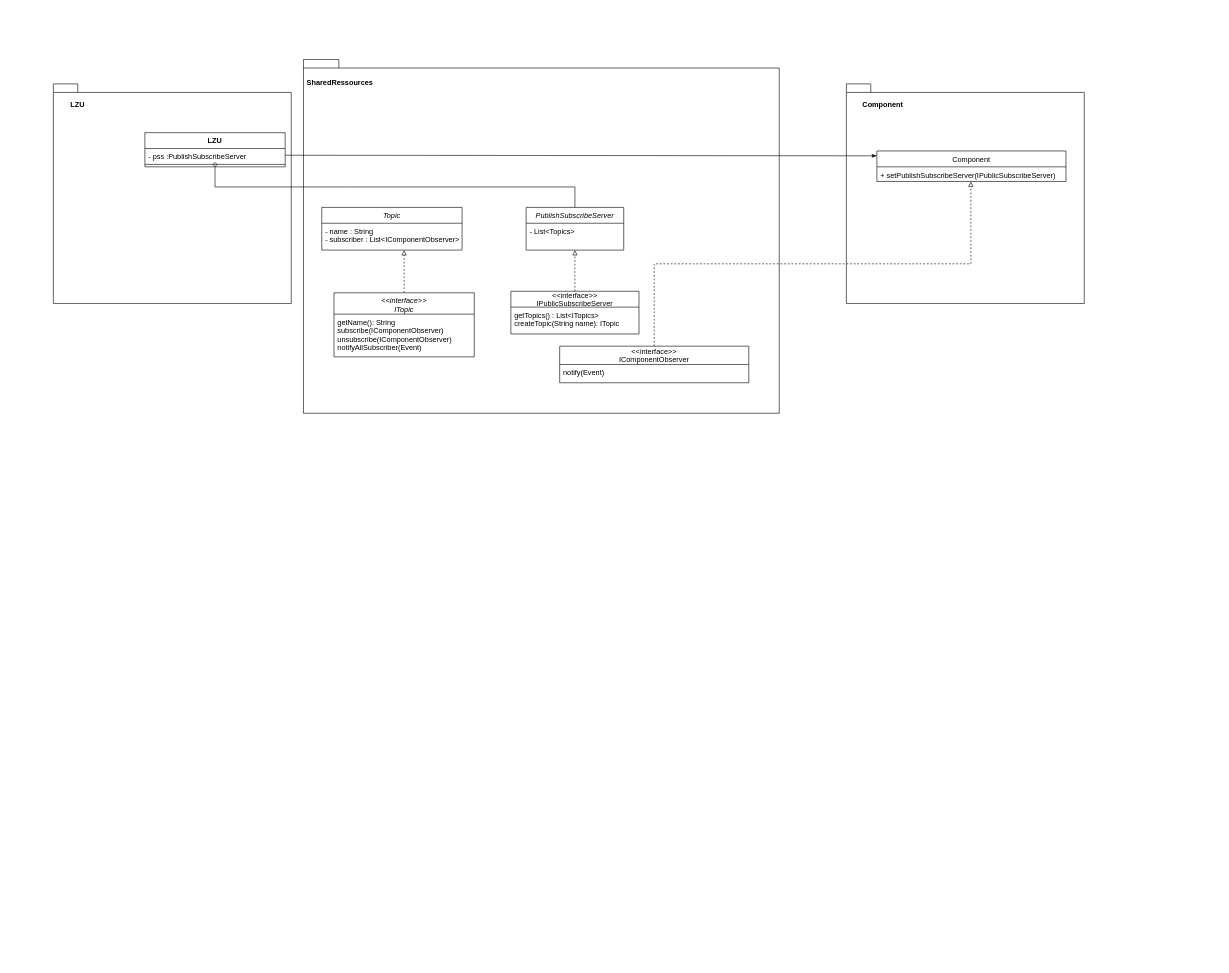
This is Klassendiagramm_PublishSubscribeServer.drawio from phillm2s/OOKA, a draw.io file, before an edit. Source tidied: cells renumbered, new cells numbered last; positions are measured from the earlier drawing's top-left corner, leaving out a move shared by most shapes. Both pictures are drawn from the tidied source at 61%, with x=0, y=0 at pixel (53, 59).
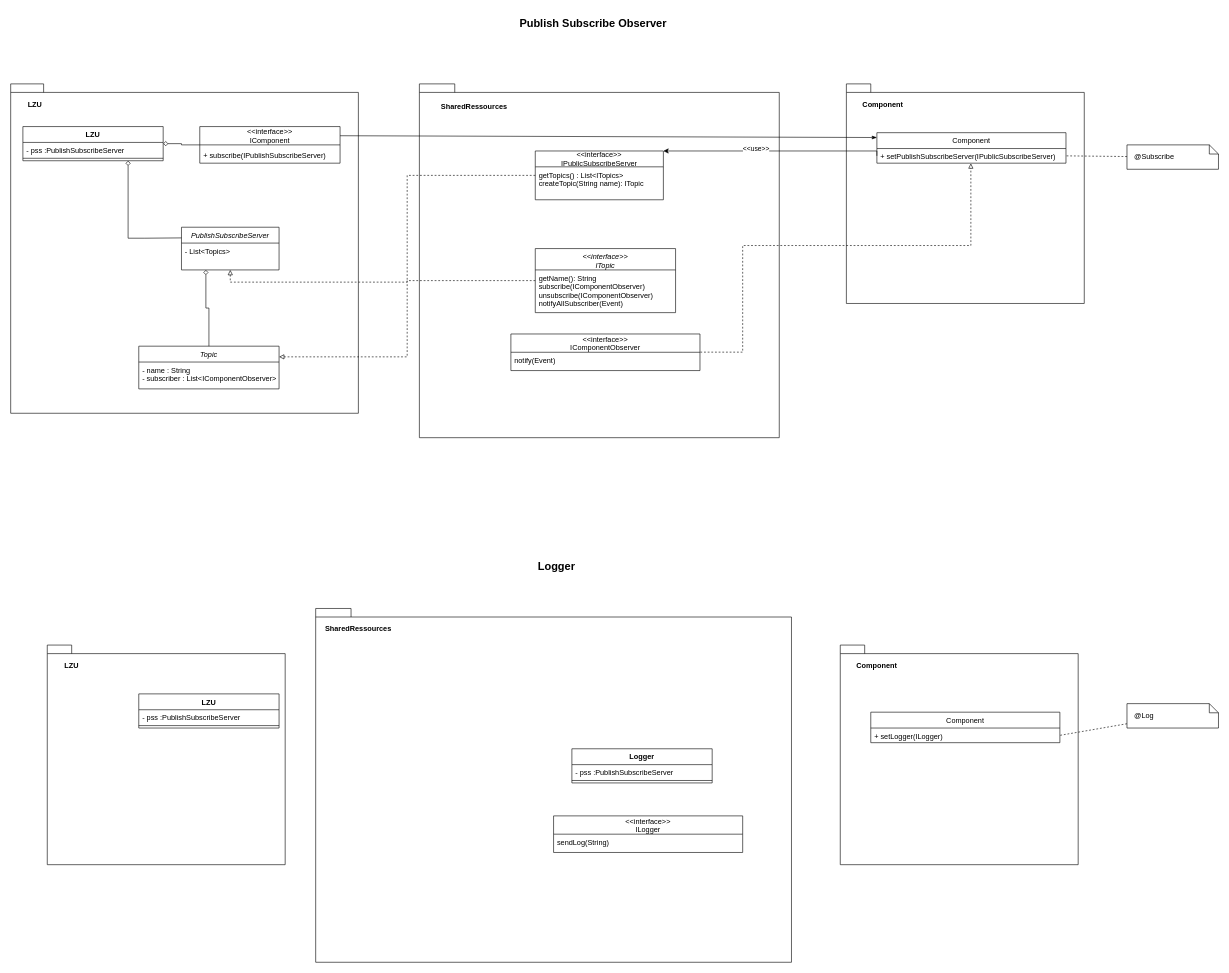
After the change.

The change refers to these unchanged cells:
```xml
<mxCell id="11" value="- name : String&#10;- subscriber : List&lt;IComponentObserver&gt;&#10;&#10;Topic(name : String)" style="text;align=left;verticalAlign=top;spacingLeft=4;spacingRight=4;overflow=hidden;points=[[0,0.5],[1,0.5]];portConstraint=eastwest;" parent="10" vertex="1">
  <mxGeometry y="26" width="230" height="44" as="geometry" />
</mxCell>
<mxCell id="16" value="+ setPublishSubscribeServer(IPublicSubscribeServer)" style="text;strokeColor=none;fillColor=none;align=left;verticalAlign=top;spacingLeft=4;spacingRight=4;overflow=hidden;points=[[0,0.5],[1,0.5]];portConstraint=eastwest;" parent="15" vertex="1">
  <mxGeometry y="26" width="310" height="24" as="geometry" />
</mxCell>
<mxCell id="19" value="notify(Event)" style="text;strokeColor=none;fillColor=none;align=left;verticalAlign=top;spacingLeft=4;spacingRight=4;overflow=hidden;points=[[0,0.5],[1,0.5]];portConstraint=eastwest;" parent="18" vertex="1">
  <mxGeometry y="30" width="310" height="30" as="geometry" />
</mxCell>
<mxCell id="21" value="- pss :PublishSubscribeServer" style="text;strokeColor=none;fillColor=none;align=left;verticalAlign=top;spacingLeft=4;spacingRight=4;overflow=hidden;points=[[0,0.5],[1,0.5]];portConstraint=eastwest;" parent="20" vertex="1">
  <mxGeometry y="26" width="230" height="22" as="geometry" />
</mxCell>
```

Change to the diagram source:
```diff
@@
+    <mxCell id="28" style="shape=folder;fontStyle=1;spacingTop=10;tabWidth=40;tabHeight=14;tabPosition=left;html=1;" parent="1" vertex="1">
+      <mxGeometry x="430" y="900" width="780" height="580" as="geometry" />
+    </mxCell>
@@
     <mxCell id="3" style="shape=folder;fontStyle=1;spacingTop=10;tabWidth=40;tabHeight=14;tabPosition=left;html=1;" parent="1" vertex="1">
-      <mxGeometry x="410" width="780" height="580" as="geometry" />
+      <mxGeometry x="600" y="40" width="590" height="580" as="geometry" />
     </mxCell>
     <mxCell id="4" style="shape=folder;fontStyle=1;spacingTop=10;tabWidth=40;tabHeight=14;tabPosition=left;html=1;" parent="1" vertex="1">
-      <mxGeometry y="40" width="390" height="360" as="geometry" />
+      <mxGeometry x="-70" y="40" width="570" height="540" as="geometry" />
     </mxCell>
     <mxCell id="5" value="PublishSubscribeServer" style="swimlane;fontStyle=2;align=center;verticalAlign=top;horizontal=1;startSize=26;rounded=0;shadow=0;strokeWidth=1;" parent="1" vertex="1">
-      <mxGeometry x="775" y="242.5" width="160" height="70" as="geometry" />
+      <mxGeometry x="210" y="275" width="160" height="70" as="geometry" />
     </mxCell>
@@
     <mxCell id="8" value="&lt;&lt;interface&gt;&gt;&#10;IPublicSubscribeServer" style="swimlane;fontStyle=0;horizontal=1;startSize=26;fillColor=none;" parent="1" vertex="1">
-      <mxGeometry x="750" y="380" width="210" height="70" as="geometry" />
+      <mxGeometry x="790" y="150" width="210" height="80" as="geometry" />
     </mxCell>
-    <mxCell id="9" value="getTopics() : List&lt;ITopics&gt;&#10;createTopic(String name): ITopic" style="text;strokeColor=none;fillColor=none;align=left;verticalAlign=top;spacingLeft=4;spacingRight=4;overflow=hidden;" parent="8" vertex="1">
-      <mxGeometry y="26" width="210" height="44" as="geometry" />
+    <mxCell id="9" value="getTopics() : List&lt;ITopics&gt;&#10;createTopic(String name): ITopic&#10;" style="text;strokeColor=none;fillColor=none;align=left;verticalAlign=top;spacingLeft=4;spacingRight=4;overflow=hidden;" parent="8" vertex="1">
+      <mxGeometry y="26" width="210" height="54" as="geometry" />
     </mxCell>
     <mxCell id="10" value="Topic" style="swimlane;fontStyle=2;align=center;verticalAlign=top;horizontal=1;startSize=26;rounded=0;shadow=0;strokeWidth=1;" parent="1" vertex="1">
-      <mxGeometry x="440" y="242.5" width="230" height="70" as="geometry" />
+      <mxGeometry x="140" y="470" width="230" height="70" as="geometry" />
     </mxCell>
@@
-    <mxCell id="12" style="edgeStyle=orthogonalEdgeStyle;rounded=0;jettySize=auto;html=1;entryX=0.587;entryY=1;entryDx=0;entryDy=0;entryPerimeter=0;dashed=1;startArrow=none;startFill=0;endArrow=block;endFill=0;" parent="1" edge="1" source="13" target="11">
+    <mxCell id="12" style="edgeStyle=orthogonalEdgeStyle;rounded=0;jettySize=auto;html=1;entryX=1;entryY=0.25;entryDx=0;entryDy=0;dashed=1;startArrow=none;startFill=0;endArrow=block;endFill=0;" parent="1" edge="1" source="13" target="10">
       <mxGeometry relative="1" as="geometry" />
     </mxCell>
     <mxCell id="13" value="&lt;&lt;interface&gt;&gt;&#10;ITopic" style="swimlane;fontStyle=2;align=center;verticalAlign=top;horizontal=1;startSize=35;rounded=0;shadow=0;strokeWidth=1;" parent="1" vertex="1">
-      <mxGeometry x="460" y="382.5" width="230" height="105" as="geometry" />
+      <mxGeometry x="790" y="310" width="230" height="105" as="geometry" />
     </mxCell>
@@
+    <mxCell id="29" style="edgeStyle=orthogonalEdgeStyle;rounded=0;jettySize=auto;html=1;entryX=1;entryY=0;entryDx=0;entryDy=0;exitX=0;exitY=0.5;exitDx=0;exitDy=0;" parent="1" edge="1" source="16" target="8">
+      <mxGeometry relative="1" as="geometry">
+        <Array as="points">
+          <mxPoint x="1350" y="150" />
+        </Array>
+      </mxGeometry>
+    </mxCell>
+    <mxCell id="30" value="&amp;lt;&amp;lt;use&amp;gt;&amp;gt;" style="edgeLabel;html=1;align=center;verticalAlign=middle;" parent="29" vertex="1">
+      <mxGeometry x="-0.18" y="-2" relative="1" as="geometry">
+        <mxPoint x="-60" y="-2" as="offset" />
+      </mxGeometry>
+    </mxCell>
     <mxCell id="15" value="Component" style="swimlane;fontStyle=0;horizontal=1;startSize=26;fillColor=none;" parent="1" vertex="1">
-      <mxGeometry x="1350" y="150" width="310" height="50" as="geometry" />
+      <mxGeometry x="1350" y="120" width="310" height="50" as="geometry" />
     </mxCell>
@@
-    <mxCell id="17" style="edgeStyle=orthogonalEdgeStyle;rounded=0;jettySize=auto;html=1;entryX=0.497;entryY=1.013;entryDx=0;entryDy=0;entryPerimeter=0;dashed=1;startArrow=none;startFill=0;endArrow=block;endFill=0;" parent="1" edge="1" source="18" target="16">
-      <mxGeometry relative="1" as="geometry" />
+    <mxCell id="17" style="edgeStyle=orthogonalEdgeStyle;rounded=0;jettySize=auto;html=1;entryX=0.497;entryY=1.013;entryDx=0;entryDy=0;entryPerimeter=0;dashed=1;startArrow=none;startFill=0;endArrow=block;endFill=0;exitX=1.002;exitY=-0.007;exitDx=0;exitDy=0;exitPerimeter=0;" parent="1" edge="1" source="19" target="16">
+      <mxGeometry relative="1" as="geometry">
+        <Array as="points">
+          <mxPoint x="1130" y="480" />
+          <mxPoint x="1130" y="305" />
+          <mxPoint x="1504" y="305" />
+        </Array>
+      </mxGeometry>
     </mxCell>
     <mxCell id="18" value="&lt;&lt;interface&gt;&gt;&#10;IComponentObserver" style="swimlane;fontStyle=0;horizontal=1;startSize=30;fillColor=none;" parent="1" vertex="1">
-      <mxGeometry x="830" y="470" width="310" height="60" as="geometry" />
+      <mxGeometry x="750" y="450" width="310" height="60" as="geometry" />
     </mxCell>
@@
+    <mxCell id="31" style="edgeStyle=orthogonalEdgeStyle;rounded=0;jettySize=auto;html=1;entryX=0;entryY=0.25;entryDx=0;entryDy=0;startArrow=diamond;startFill=0;endArrow=none;endFill=0;fontSize=18;exitX=0.75;exitY=1;exitDx=0;exitDy=0;" parent="1" edge="1" source="20" target="5">
+      <mxGeometry relative="1" as="geometry">
+        <Array as="points">
+          <mxPoint x="123" y="293" />
+          <mxPoint x="150" y="293" />
+        </Array>
+      </mxGeometry>
+    </mxCell>
+    <mxCell id="32" style="edgeStyle=orthogonalEdgeStyle;rounded=0;jettySize=auto;html=1;entryX=0;entryY=0.5;entryDx=0;entryDy=0;startArrow=diamond;startFill=0;endArrow=none;endFill=0;fontSize=18;" parent="1" edge="1" source="20" target="55">
+      <mxGeometry relative="1" as="geometry" />
+    </mxCell>
     <mxCell id="20" value="LZU" style="swimlane;fontStyle=1;align=center;verticalAlign=top;horizontal=1;startSize=26;" parent="1" vertex="1">
-      <mxGeometry x="150" y="120" width="230" height="56" as="geometry" />
+      <mxGeometry x="-50" y="110" width="230" height="56" as="geometry" />
     </mxCell>
@@
-    <mxCell id="23" style="rounded=0;jettySize=auto;html=1;entryX=0;entryY=0.159;entryDx=0;entryDy=0;startArrow=none;startFill=0;endArrow=classicThin;endFill=1;exitX=1;exitY=0.5;exitDx=0;exitDy=0;entryPerimeter=0;" parent="1" edge="1" source="21" target="15">
+    <mxCell id="23" style="rounded=0;jettySize=auto;html=1;entryX=0;entryY=0.159;entryDx=0;entryDy=0;startArrow=none;startFill=0;endArrow=classicThin;endFill=1;exitX=1;exitY=0.25;exitDx=0;exitDy=0;entryPerimeter=0;" parent="1" edge="1" source="55" target="15">
       <mxGeometry relative="1" as="geometry" />
     </mxCell>
-    <mxCell id="24" style="edgeStyle=orthogonalEdgeStyle;rounded=0;jettySize=auto;html=1;entryX=0.5;entryY=0;entryDx=0;entryDy=0;endArrow=none;endFill=0;startArrow=diamond;startFill=0;" parent="1" edge="1" source="21" target="5">
-      <mxGeometry relative="1" as="geometry">
-        <Array as="points">
-          <mxPoint x="485" y="209" />
-          <mxPoint x="790" y="209" />
-        </Array>
-      </mxGeometry>
-    </mxCell>
     <mxCell id="25" value="SharedRessources" style="text;align=center;fontStyle=1;verticalAlign=middle;spacingLeft=3;spacingRight=3;strokeColor=none;" parent="1" vertex="1">
-      <mxGeometry x="430" y="24" width="80" height="26" as="geometry" />
+      <mxGeometry x="650" y="64" width="80" height="26" as="geometry" />
     </mxCell>
     <mxCell id="26" value="LZU" style="text;align=center;fontStyle=1;verticalAlign=middle;spacingLeft=3;spacingRight=3;strokeColor=none;" parent="1" vertex="1">
-      <mxGeometry y="60" width="80" height="26" as="geometry" />
+      <mxGeometry x="-70" y="60" width="80" height="26" as="geometry" />
     </mxCell>
@@
+    <mxCell id="33" style="edgeStyle=orthogonalEdgeStyle;rounded=0;jettySize=auto;html=1;startArrow=diamond;startFill=0;endArrow=none;endFill=0;exitX=0.25;exitY=1;exitDx=0;exitDy=0;entryX=0.5;entryY=0;entryDx=0;entryDy=0;" parent="1" edge="1" source="5" target="10">
+      <mxGeometry relative="1" as="geometry" />
+    </mxCell>
+    <mxCell id="34" style="shape=folder;fontStyle=1;spacingTop=10;tabWidth=40;tabHeight=14;tabPosition=left;html=1;" parent="1" vertex="1">
+      <mxGeometry x="1290" y="960" width="390" height="360" as="geometry" />
+    </mxCell>
+    <mxCell id="35" style="shape=folder;fontStyle=1;spacingTop=10;tabWidth=40;tabHeight=14;tabPosition=left;html=1;" parent="1" vertex="1">
+      <mxGeometry x="-10" y="960" width="390" height="360" as="geometry" />
+    </mxCell>
+    <mxCell id="36" value="Component" style="swimlane;fontStyle=0;horizontal=1;startSize=26;fillColor=none;" parent="1" vertex="1">
+      <mxGeometry x="1340" y="1070" width="310" height="50" as="geometry" />
+    </mxCell>
+    <mxCell id="37" value="+ setLogger(ILogger)" style="text;strokeColor=none;fillColor=none;align=left;verticalAlign=top;spacingLeft=4;spacingRight=4;overflow=hidden;points=[[0,0.5],[1,0.5]];portConstraint=eastwest;" parent="36" vertex="1">
+      <mxGeometry y="26" width="310" height="24" as="geometry" />
+    </mxCell>
+    <mxCell id="38" value="LZU" style="swimlane;fontStyle=1;align=center;verticalAlign=top;horizontal=1;startSize=26;" parent="1" vertex="1">
+      <mxGeometry x="140" y="1040" width="230" height="56" as="geometry" />
+    </mxCell>
+    <mxCell id="39" value="- pss :PublishSubscribeServer" style="text;strokeColor=none;fillColor=none;align=left;verticalAlign=top;spacingLeft=4;spacingRight=4;overflow=hidden;" parent="38" vertex="1">
+      <mxGeometry y="26" width="230" height="22" as="geometry" />
+    </mxCell>
+    <mxCell id="40" style="line;strokeWidth=1;fillColor=none;align=left;verticalAlign=middle;spacingTop=-1;spacingLeft=3;spacingRight=3;labelPosition=right;" parent="38" vertex="1">
+      <mxGeometry y="48" width="230" height="8" as="geometry" />
+    </mxCell>
+    <mxCell id="41" value="SharedRessources" style="text;align=center;fontStyle=1;verticalAlign=middle;spacingLeft=3;spacingRight=3;strokeColor=none;" parent="1" vertex="1">
+      <mxGeometry x="460" y="920" width="80" height="26" as="geometry" />
+    </mxCell>
+    <mxCell id="42" value="LZU" style="text;align=center;fontStyle=1;verticalAlign=middle;spacingLeft=3;spacingRight=3;strokeColor=none;" parent="1" vertex="1">
+      <mxGeometry x="-10" y="980" width="80" height="26" as="geometry" />
+    </mxCell>
+    <mxCell id="43" value="Component" style="text;align=center;fontStyle=1;verticalAlign=middle;spacingLeft=3;spacingRight=3;strokeColor=none;" parent="1" vertex="1">
+      <mxGeometry x="1310" y="980" width="80" height="26" as="geometry" />
+    </mxCell>
+    <mxCell id="44" style="rounded=0;jettySize=auto;html=1;entryX=1;entryY=0.5;entryDx=0;entryDy=0;startArrow=none;startFill=0;endArrow=none;endFill=0;dashed=1;" parent="1" edge="1" source="45" target="16">
+      <mxGeometry relative="1" as="geometry" />
+    </mxCell>
+    <mxCell id="45" value="@Subscribe" style="shape=note;size=15;align=left;spacingLeft=10;html=1;whiteSpace=wrap;" parent="1" vertex="1">
+      <mxGeometry x="1760" y="140" width="150" height="40" as="geometry" />
+    </mxCell>
+    <mxCell id="46" style="edgeStyle=none;rounded=0;jettySize=auto;html=1;entryX=1;entryY=0.5;entryDx=0;entryDy=0;dashed=1;startArrow=none;startFill=0;endArrow=none;endFill=0;" parent="1" edge="1" source="47" target="37">
+      <mxGeometry relative="1" as="geometry" />
+    </mxCell>
+    <mxCell id="47" value="@Log" style="shape=note;size=15;align=left;spacingLeft=10;html=1;whiteSpace=wrap;" parent="1" vertex="1">
+      <mxGeometry x="1760" y="1056" width="150" height="40" as="geometry" />
+    </mxCell>
+    <mxCell id="48" value="&lt;&lt;interface&gt;&gt;&#10;ILogger" style="swimlane;fontStyle=0;horizontal=1;startSize=30;fillColor=none;" parent="1" vertex="1">
+      <mxGeometry x="820" y="1240" width="310" height="60" as="geometry" />
+    </mxCell>
+    <mxCell id="49" value="sendLog(String)" style="text;strokeColor=none;fillColor=none;align=left;verticalAlign=top;spacingLeft=4;spacingRight=4;overflow=hidden;" parent="48" vertex="1">
+      <mxGeometry y="30" width="310" height="30" as="geometry" />
+    </mxCell>
+    <mxCell id="50" value="Logger" style="swimlane;fontStyle=1;align=center;verticalAlign=top;horizontal=1;startSize=26;" parent="1" vertex="1">
+      <mxGeometry x="850" y="1130" width="230" height="56" as="geometry" />
+    </mxCell>
+    <mxCell id="51" value="- pss :PublishSubscribeServer" style="text;strokeColor=none;fillColor=none;align=left;verticalAlign=top;spacingLeft=4;spacingRight=4;overflow=hidden;" parent="50" vertex="1">
+      <mxGeometry y="26" width="230" height="22" as="geometry" />
+    </mxCell>
+    <mxCell id="52" style="line;strokeWidth=1;fillColor=none;align=left;verticalAlign=middle;spacingTop=-1;spacingLeft=3;spacingRight=3;labelPosition=right;" parent="50" vertex="1">
+      <mxGeometry y="48" width="230" height="8" as="geometry" />
+    </mxCell>
+    <mxCell id="53" value="Publish Subscribe Observer" style="text;align=center;fontStyle=1;verticalAlign=middle;spacingLeft=3;spacingRight=3;strokeColor=none;fontSize=18;" parent="1" vertex="1">
+      <mxGeometry x="700" y="-80" width="370" height="40" as="geometry" />
+    </mxCell>
+    <mxCell id="54" value="Logger" style="text;align=center;fontStyle=1;verticalAlign=middle;spacingLeft=3;spacingRight=3;strokeColor=none;fontSize=18;" parent="1" vertex="1">
+      <mxGeometry x="640" y="810" width="370" height="40" as="geometry" />
+    </mxCell>
+    <mxCell id="55" value="&lt;&lt;interface&gt;&gt;&#10;IComponent" style="swimlane;fontStyle=0;horizontal=1;startSize=30;fillColor=none;" parent="1" vertex="1">
+      <mxGeometry x="240" y="110" width="230" height="60" as="geometry" />
+    </mxCell>
+    <mxCell id="56" value="+ subscribe(IPublishSubscribeServer)" style="text;align=left;verticalAlign=top;spacingLeft=4;spacingRight=4;overflow=hidden;" parent="1" vertex="1">
+      <mxGeometry x="240" y="144" width="220" height="26" as="geometry" />
+    </mxCell>
```
